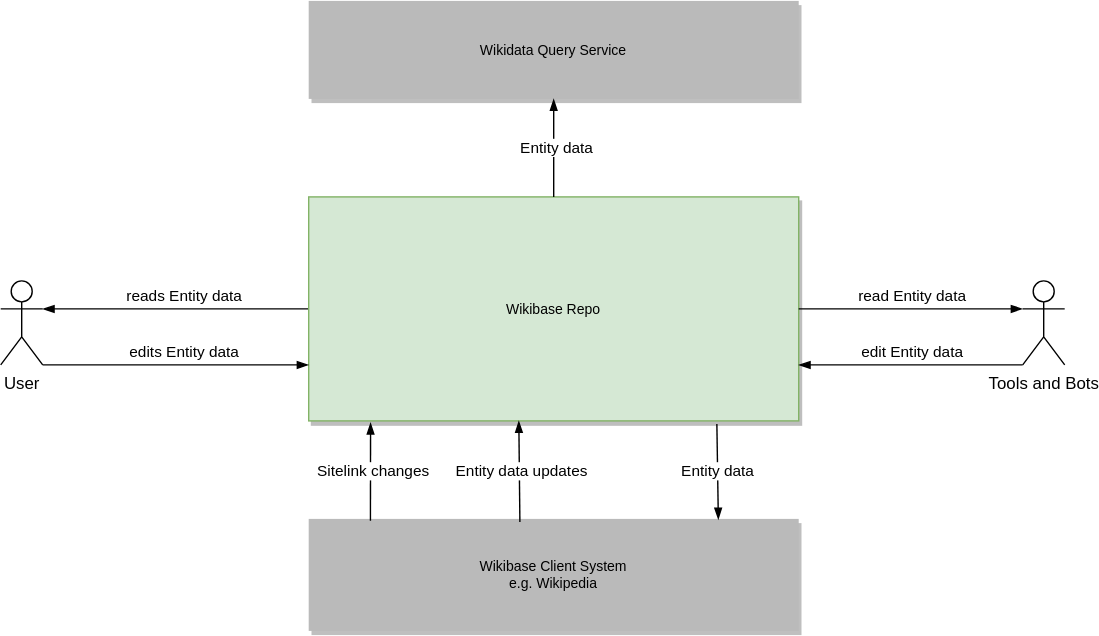
Above: systems/WikibaseRepo/diagrams/03-business-context.drawio.svg in wmde/wikidata-wikibase-architecture (draw.io), before the change. Source tidied: cells renumbered, new cells last; positions are measured from the earlier drawing's top-left corner, leaving out a move shared by most shapes.
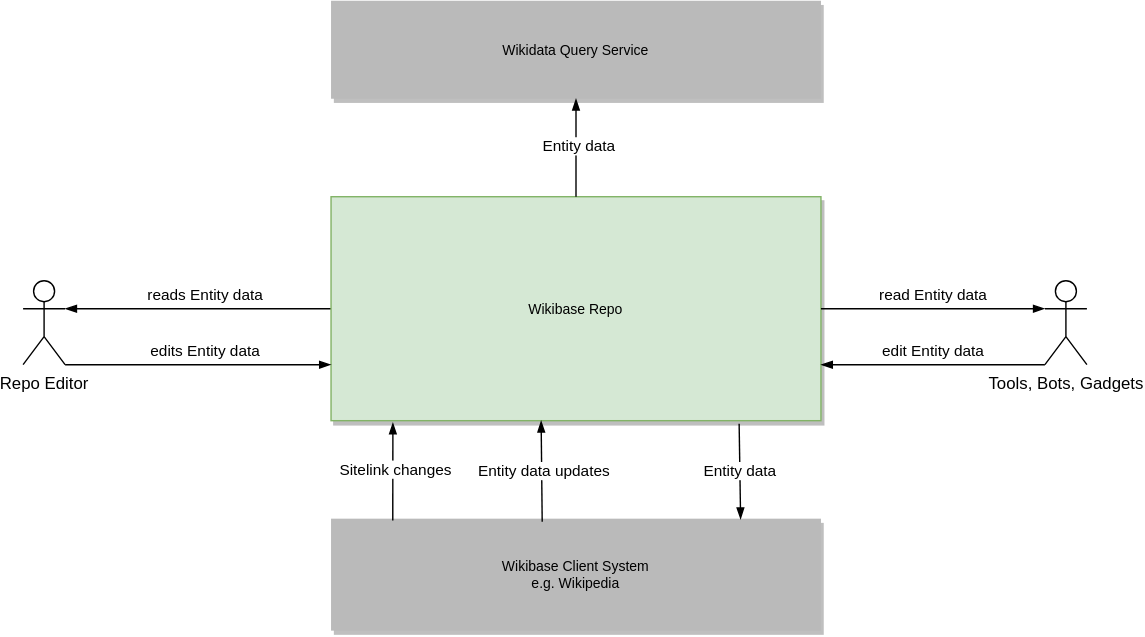
After the change.

What changed in the source:
```diff
@@ -5,7 +5,7 @@
     <mxCell id="2" value="Wikibase Client System&#10;e.g. Wikipedia" style="rounded=0;shadow=1;fontSize=10;fontColor=#000000;strokeColor=none;direction=west;fillColor=#BABABA;" parent="1" vertex="1">
       <mxGeometry x="220" y="370" width="350" height="80" as="geometry" />
     </mxCell>
-    <mxCell id="3" value="User" style="shape=umlActor;verticalLabelPosition=bottom;verticalAlign=top;html=1;outlineConnect=0;" parent="1" vertex="1">
+    <mxCell id="3" value="Repo Editor" style="shape=umlActor;verticalLabelPosition=bottom;verticalAlign=top;html=1;outlineConnect=0;" parent="1" vertex="1">
       <mxGeometry y="200" width="30" height="60" as="geometry" />
     </mxCell>
     <mxCell id="4" style="endArrow=none;strokeColor=#000000;fontSize=10;fontColor=#000000;strokeWidth=1;endFill=0;entryX=1;entryY=0.5;entryDx=0;entryDy=0;exitX=1;exitY=0.3333333333333333;exitDx=0;exitDy=0;exitPerimeter=0;startArrow=blockThin;startFill=1;" parent="1" edge="1" source="3" target="6">
@@ -66,7 +66,7 @@
         <mxPoint x="-17.5" y="-11" as="offset" />
       </mxGeometry>
     </mxCell>
-    <mxCell id="18" value="Tools and Bots" style="shape=umlActor;verticalLabelPosition=bottom;verticalAlign=top;html=1;outlineConnect=0;" parent="1" vertex="1">
+    <mxCell id="18" value="Tools, Bots, Gadgets" style="shape=umlActor;verticalLabelPosition=bottom;verticalAlign=top;html=1;outlineConnect=0;" parent="1" vertex="1">
       <mxGeometry x="730" y="200" width="30" height="60" as="geometry" />
     </mxCell>
     <mxCell id="19" style="endArrow=none;strokeColor=#000000;fontSize=10;fontColor=#000000;strokeWidth=1;endFill=0;exitX=0;exitY=0.3333333333333333;exitDx=0;exitDy=0;exitPerimeter=0;startArrow=blockThin;startFill=1;entryX=0;entryY=0.5;entryDx=0;entryDy=0;" parent="1" edge="1" source="18" target="6">
```
